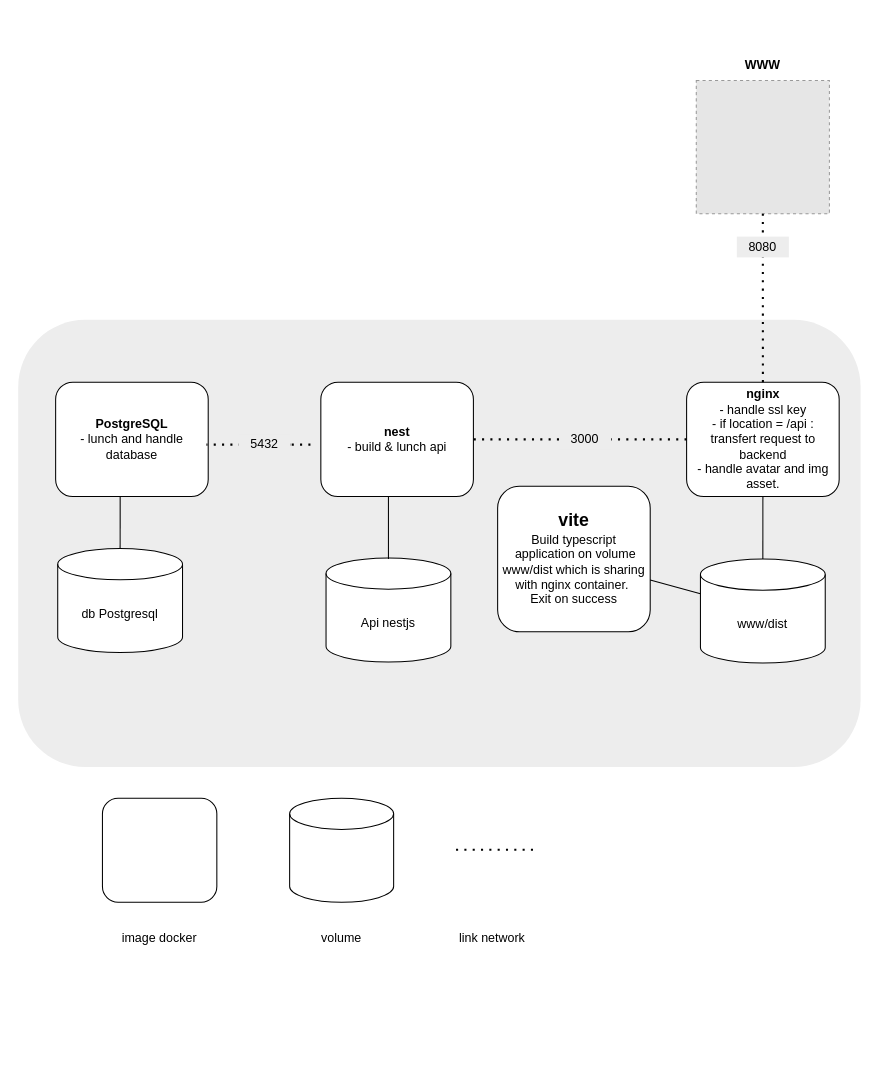
fleblay/42-ft_transcendence keeps this draw.io diagram as info/stack_docker.drawio. Above is the earlier version. Source tidied: cells renumbered, new cells numbered last; positions are measured from the earlier drawing's top-left corner, leaving out a move shared by most shapes. Both pictures are drawn from the tidied source at 104%, with x=0, y=0 at pixel (18, 49). Pictures stored in the file or linked from it are replaced by grey dashed boxes.
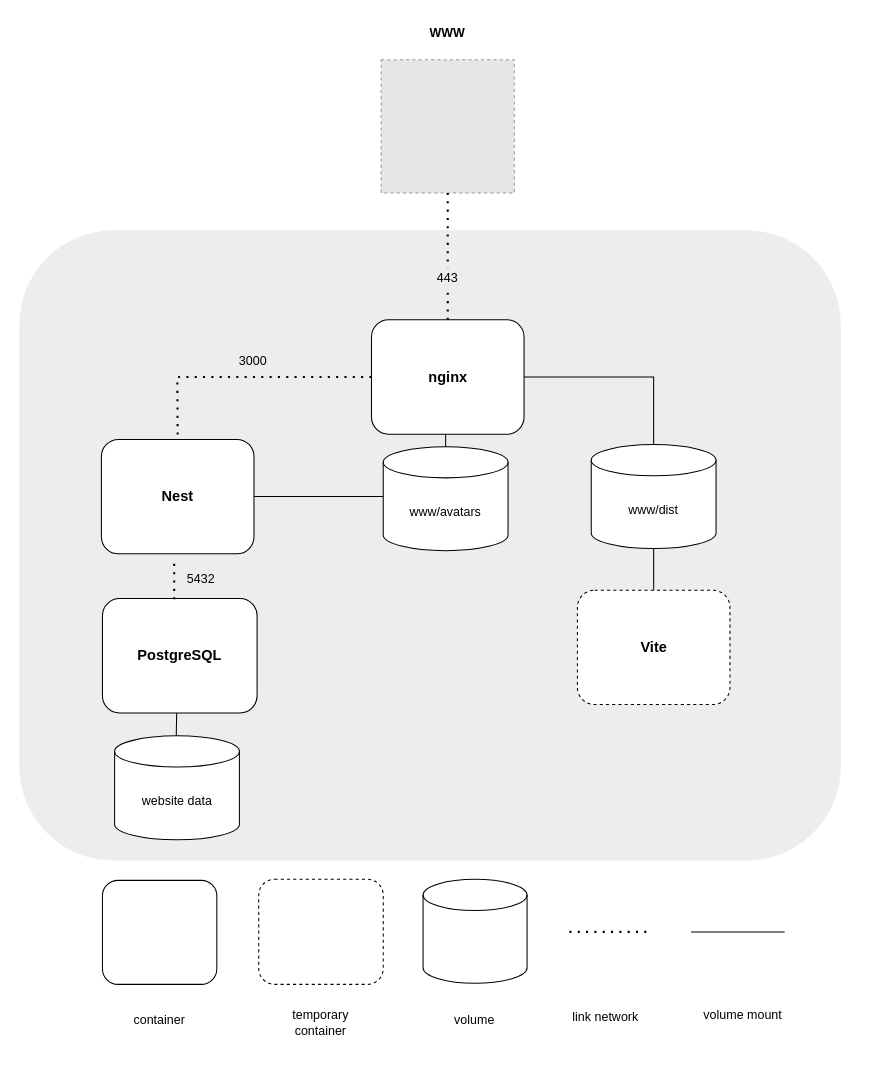
The same diagram, later.

Commit message (it also covers changes not shown here):
Mettre à jour stack_docker.drawio

What changed in the source:
```diff
@@
     <mxCell id="2" style="rounded=1;whiteSpace=wrap;html=1;fillColor=#EDEDED;strokeColor=none;" parent="1" vertex="1">
-      <mxGeometry y="260" width="810" height="430" as="geometry" />
+      <mxGeometry x="1" y="174" width="790" height="606" as="geometry" />
     </mxCell>
-    <mxCell id="3" value="&lt;b&gt;nginx&lt;/b&gt;&lt;br&gt;- handle ssl key&lt;br&gt;- if location = /api :&lt;br&gt;transfert request to backend&lt;br&gt;- handle avatar and img asset." style="rounded=1;whiteSpace=wrap;html=1;" parent="1" vertex="1">
-      <mxGeometry x="642.7" y="320" width="146.7" height="110" as="geometry" />
+    <mxCell id="3" value="&lt;font style=&quot;font-size: 14px;&quot;&gt;&lt;b&gt;nginx&lt;/b&gt;&lt;/font&gt;" style="rounded=1;whiteSpace=wrap;html=1;" parent="1" vertex="1">
+      <mxGeometry x="339.7" y="260" width="146.7" height="110" as="geometry" />
     </mxCell>
     <mxCell id="4" style="fillColor=#E6E6E6;strokeColor=#999999;dashed=1;html=1;verticalAlign=top;verticalLabelPosition=bottom;labelBackgroundColor=#ffffff;" parent="1" vertex="1">
-      <mxGeometry x="652" y="30" width="128" height="128" as="geometry" />
+      <mxGeometry x="349" y="10" width="128" height="128" as="geometry" />
     </mxCell>
     <mxCell id="5" value="&lt;b&gt;WWW&lt;/b&gt;" style="text;strokeColor=none;align=center;fillColor=none;html=1;verticalAlign=middle;whiteSpace=wrap;rounded=0;" parent="1" vertex="1">
-      <mxGeometry x="686" width="60" height="30" as="geometry" />
+      <mxGeometry x="383" y="-30" width="60" height="30" as="geometry" />
     </mxCell>
@@
-    <mxCell id="7" value="&lt;b&gt;nest&lt;br&gt;&lt;/b&gt;- build &amp;amp; lunch api" style="rounded=1;whiteSpace=wrap;html=1;" parent="1" vertex="1">
-      <mxGeometry x="291" y="320" width="146.7" height="110" as="geometry" />
+    <mxCell id="7" value="&lt;b style=&quot;font-size: 14px;&quot;&gt;Nest&lt;/b&gt;" style="rounded=1;whiteSpace=wrap;html=1;" parent="1" vertex="1">
+      <mxGeometry x="80" y="375" width="146.7" height="110" as="geometry" />
     </mxCell>
-    <mxCell id="8" value="db Postgresql" style="shape=cylinder3;whiteSpace=wrap;html=1;boundedLbl=1;backgroundOutline=1;size=15;" parent="1" vertex="1">
-      <mxGeometry x="38" y="480" width="120" height="100" as="geometry" />
+    <mxCell id="8" value="website data" style="shape=cylinder3;whiteSpace=wrap;html=1;boundedLbl=1;backgroundOutline=1;size=15;" parent="1" vertex="1">
+      <mxGeometry x="92.7" y="660" width="120" height="100" as="geometry" />
     </mxCell>
     <mxCell id="9" style="rounded=1;whiteSpace=wrap;html=1;" parent="1" vertex="1">
-      <mxGeometry x="81" y="720" width="110" height="100" as="geometry" />
+      <mxGeometry x="81" y="799" width="110" height="100" as="geometry" />
     </mxCell>
     <mxCell id="10" style="shape=cylinder3;whiteSpace=wrap;html=1;boundedLbl=1;backgroundOutline=1;size=15;" parent="1" vertex="1">
-      <mxGeometry x="261" y="720" width="100" height="100" as="geometry" />
+      <mxGeometry x="389.3" y="798" width="100" height="100" as="geometry" />
     </mxCell>
     <mxCell id="11" style="endArrow=none;dashed=1;html=1;dashPattern=1 3;strokeWidth=2;rounded=0;" parent="1" edge="1">
       <mxGeometry relative="1" as="geometry">
-        <mxPoint x="421" y="769.5" as="sourcePoint" />
-        <mxPoint x="501" y="769.5" as="targetPoint" />
+        <mxPoint x="530" y="848.5" as="sourcePoint" />
+        <mxPoint x="610" y="848.5" as="targetPoint" />
       </mxGeometry>
     </mxCell>
-    <mxCell id="12" value="image docker" style="text;strokeColor=none;align=center;fillColor=none;html=1;verticalAlign=middle;whiteSpace=wrap;rounded=0;" parent="1" vertex="1">
-      <mxGeometry x="91" y="830" width="90" height="50" as="geometry" />
+    <mxCell id="12" value="container" style="text;strokeColor=none;align=center;fillColor=none;html=1;verticalAlign=middle;whiteSpace=wrap;rounded=0;" parent="1" vertex="1">
+      <mxGeometry x="91" y="909" width="90" height="50" as="geometry" />
     </mxCell>
     <mxCell id="13" value="volume" style="text;strokeColor=none;align=center;fillColor=none;html=1;verticalAlign=middle;whiteSpace=wrap;rounded=0;" parent="1" vertex="1">
-      <mxGeometry x="266" y="835" width="90" height="40" as="geometry" />
+      <mxGeometry x="394.3" y="914" width="90" height="40" as="geometry" />
     </mxCell>
     <mxCell id="14" value="link network" style="text;strokeColor=none;align=center;fillColor=none;html=1;verticalAlign=middle;whiteSpace=wrap;rounded=0;" parent="1" vertex="1">
-      <mxGeometry x="411" y="835" width="90" height="40" as="geometry" />
+      <mxGeometry x="520" y="911" width="90" height="40" as="geometry" />
     </mxCell>
-    <mxCell id="15" value="8080" style="rounded=0;whiteSpace=wrap;html=1;fillColor=#ededed;strokeColor=none;" parent="1" vertex="1">
-      <mxGeometry x="691" y="180" width="50" height="20" as="geometry" />
+    <mxCell id="15" value="443" style="rounded=0;whiteSpace=wrap;html=1;fillColor=#ededed;strokeColor=none;" parent="1" vertex="1">
+      <mxGeometry x="368" y="210" width="90" height="20" as="geometry" />
     </mxCell>
-    <mxCell id="16" style="endArrow=none;dashed=1;html=1;dashPattern=1 3;strokeWidth=2;rounded=0;entryX=1;entryY=0.5;entryDx=0;entryDy=0;" parent="1" edge="1" source="25" target="7">
-      <mxGeometry relative="1" as="geometry" />
+    <mxCell id="16" style="endArrow=none;dashed=1;html=1;dashPattern=1 3;strokeWidth=2;rounded=0;entryX=0.5;entryY=0;entryDx=0;entryDy=0;" parent="1" edge="1" source="3" target="7">
+      <mxGeometry relative="1" as="geometry">
+        <Array as="points">
+          <mxPoint x="153" y="315" />
+        </Array>
+      </mxGeometry>
     </mxCell>
     <mxCell id="17" value="www/dist" style="shape=cylinder3;whiteSpace=wrap;html=1;boundedLbl=1;backgroundOutline=1;size=15;" parent="1" vertex="1">
-      <mxGeometry x="656" y="490" width="120" height="100" as="geometry" />
+      <mxGeometry x="551" y="380" width="120" height="100" as="geometry" />
     </mxCell>
-    <mxCell id="18" style="endArrow=none;html=1;rounded=0;exitX=0.5;exitY=1;exitDx=0;exitDy=0;" parent="1" edge="1" source="3" target="17">
-      <mxGeometry relative="1" as="geometry" />
+    <mxCell id="18" style="endArrow=none;html=1;rounded=0;entryX=0.5;entryY=0;entryDx=0;entryDy=0;entryPerimeter=0;" parent="1" edge="1" source="3" target="17">
+      <mxGeometry relative="1" as="geometry">
+        <Array as="points">
+          <mxPoint x="611" y="315" />
+        </Array>
+      </mxGeometry>
     </mxCell>
-    <mxCell id="19" style="endArrow=none;html=1;rounded=0;exitX=0.5;exitY=0;exitDx=0;exitDy=0;exitPerimeter=0;entryX=0.423;entryY=1;entryDx=0;entryDy=0;entryPerimeter=0;" parent="1" edge="1" source="8" target="22">
-      <mxGeometry relative="1" as="geometry" />
+    <mxCell id="19" style="endArrow=none;html=1;rounded=0;entryX=0.48;entryY=0.999;entryDx=0;entryDy=0;entryPerimeter=0;" parent="1" edge="1" target="31">
+      <mxGeometry relative="1" as="geometry">
+        <mxPoint x="152" y="660" as="sourcePoint" />
+      </mxGeometry>
     </mxCell>
-    <mxCell id="20" value="Api nestjs" style="shape=cylinder3;whiteSpace=wrap;html=1;boundedLbl=1;backgroundOutline=1;size=15;" parent="1" vertex="1">
-      <mxGeometry x="296" y="489" width="120" height="100" as="geometry" />
-    </mxCell>
-    <mxCell id="21" style="endArrow=none;html=1;rounded=0;exitX=0.5;exitY=1;exitDx=0;exitDy=0;" parent="1" edge="1">
-      <mxGeometry relative="1" as="geometry">
-        <mxPoint x="356" y="430" as="sourcePoint" />
-        <mxPoint x="356" y="490" as="targetPoint" />
-      </mxGeometry>
-    </mxCell>
-    <mxCell id="22" value="&lt;b&gt;PostgreSQL&lt;br&gt;&lt;/b&gt;- lunch and handle database" style="rounded=1;whiteSpace=wrap;html=1;" parent="1" vertex="1">
-      <mxGeometry x="36" y="320" width="146.7" height="110" as="geometry" />
-    </mxCell>
-    <mxCell id="23" style="endArrow=none;dashed=1;html=1;dashPattern=1 3;strokeWidth=2;rounded=0;" parent="1" edge="1" source="27">
-      <mxGeometry relative="1" as="geometry">
-        <mxPoint x="241" y="380" as="targetPoint" />
-        <Array as="points">
-          <mxPoint x="241" y="380" />
-          <mxPoint x="181" y="380" />
-        </Array>
-      </mxGeometry>
-    </mxCell>
-    <mxCell id="24" style="endArrow=none;dashed=1;html=1;dashPattern=1 3;strokeWidth=2;rounded=0;entryX=1;entryY=0.5;entryDx=0;entryDy=0;" parent="1" edge="1" source="3" target="25">
-      <mxGeometry relative="1" as="geometry" />
-    </mxCell>
     <mxCell id="25" value="3000" style="rounded=0;whiteSpace=wrap;html=1;fillColor=#ededed;strokeColor=none;" parent="1" vertex="1">
-      <mxGeometry x="520" y="365" width="50" height="20" as="geometry" />
+      <mxGeometry x="201" y="290" width="50" height="20" as="geometry" />
     </mxCell>
-    <mxCell id="26" style="endArrow=none;dashed=1;html=1;dashPattern=1 3;strokeWidth=2;rounded=0;" parent="1" edge="1" target="27">
-      <mxGeometry relative="1" as="geometry">
-        <mxPoint x="281" y="380" as="sourcePoint" />
-      </mxGeometry>
-    </mxCell>
     <mxCell id="27" value="5432" style="rounded=0;whiteSpace=wrap;html=1;fillColor=#ededed;strokeColor=none;" parent="1" vertex="1">
-      <mxGeometry x="212" y="370" width="50" height="20" as="geometry" />
+      <mxGeometry x="151" y="500" width="50" height="20" as="geometry" />
     </mxCell>
-    <mxCell id="28" value="&lt;b style=&quot;font-size: 17px;&quot;&gt;vite&lt;br&gt;&lt;/b&gt;Build typescript&lt;br&gt;&amp;nbsp;application on volume&lt;br&gt;www/dist which is sharing with nginx container.&amp;nbsp;&lt;br&gt;Exit on success" style="rounded=1;whiteSpace=wrap;html=1;" parent="1" vertex="1">
-      <mxGeometry x="461" y="420" width="146.7" height="140" as="geometry" />
-    </mxCell>
-    <mxCell id="29" style="endArrow=none;html=1;rounded=0;" parent="1" edge="1" source="28" target="17">
-      <mxGeometry relative="1" as="geometry" />
-    </mxCell>
+    <mxCell id="30" style="endArrow=none;html=1;rounded=0;" parent="1" edge="1" target="7">
+      <mxGeometry relative="1" as="geometry">
+        <mxPoint x="351" y="430" as="sourcePoint" />
+      </mxGeometry>
+    </mxCell>
+    <mxCell id="31" value="&lt;b style=&quot;font-size: 14px;&quot;&gt;PostgreSQL&lt;/b&gt;" style="rounded=1;whiteSpace=wrap;html=1;" parent="1" vertex="1">
+      <mxGeometry x="81" y="528" width="148.7" height="110" as="geometry" />
+    </mxCell>
+    <mxCell id="32" style="endArrow=none;dashed=1;html=1;dashPattern=1 3;strokeWidth=2;rounded=0;exitX=0.464;exitY=0.006;exitDx=0;exitDy=0;exitPerimeter=0;" parent="1" edge="1" source="31">
+      <mxGeometry relative="1" as="geometry">
+        <mxPoint x="150" y="490" as="targetPoint" />
+      </mxGeometry>
+    </mxCell>
+    <mxCell id="33" value="www/avatars" style="shape=cylinder3;whiteSpace=wrap;html=1;boundedLbl=1;backgroundOutline=1;size=15;" parent="1" vertex="1">
+      <mxGeometry x="351" y="382" width="120" height="100" as="geometry" />
+    </mxCell>
+    <mxCell id="34" style="endArrow=none;html=1;rounded=0;" parent="1" edge="1">
+      <mxGeometry relative="1" as="geometry">
+        <mxPoint x="647" y="848.7" as="sourcePoint" />
+        <mxPoint x="737" y="848.7" as="targetPoint" />
+      </mxGeometry>
+    </mxCell>
+    <mxCell id="35" value="volume mount" style="text;strokeColor=none;align=center;fillColor=none;html=1;verticalAlign=middle;whiteSpace=wrap;rounded=0;" parent="1" vertex="1">
+      <mxGeometry x="652" y="909" width="90" height="40" as="geometry" />
+    </mxCell>
+    <mxCell id="36" style="endArrow=none;html=1;rounded=0;entryX=0.5;entryY=0;entryDx=0;entryDy=0;entryPerimeter=0;" parent="1" edge="1" target="33">
+      <mxGeometry relative="1" as="geometry">
+        <mxPoint x="411" y="370" as="sourcePoint" />
+      </mxGeometry>
+    </mxCell>
+    <mxCell id="37" value="&lt;b style=&quot;font-size: 14px;&quot;&gt;Vite&lt;/b&gt;" style="rounded=1;whiteSpace=wrap;html=1;dashed=1;" parent="1" vertex="1">
+      <mxGeometry x="537.7" y="520" width="146.7" height="110" as="geometry" />
+    </mxCell>
+    <mxCell id="38" style="endArrow=none;html=1;rounded=0;entryX=0.5;entryY=1;entryDx=0;entryDy=0;entryPerimeter=0;exitX=0.5;exitY=0;exitDx=0;exitDy=0;" parent="1" edge="1" source="37" target="17">
+      <mxGeometry relative="1" as="geometry" />
+    </mxCell>
+    <mxCell id="39" style="rounded=1;whiteSpace=wrap;html=1;dashed=1;" parent="1" vertex="1">
+      <mxGeometry x="231.3" y="798" width="119.7" height="101" as="geometry" />
+    </mxCell>
+    <mxCell id="40" value="temporary&lt;br&gt;container" style="text;strokeColor=none;align=center;fillColor=none;html=1;verticalAlign=middle;whiteSpace=wrap;rounded=0;" parent="1" vertex="1">
+      <mxGeometry x="246.2" y="911" width="90" height="50" as="geometry" />
+    </mxCell>
```
